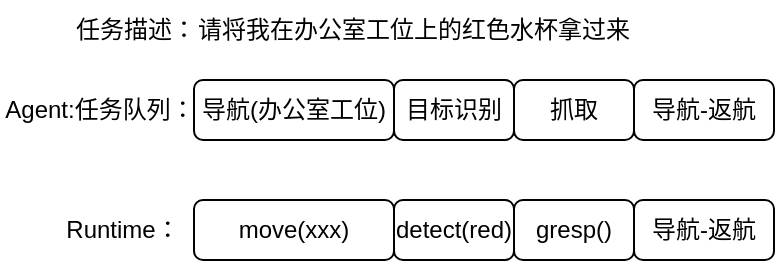
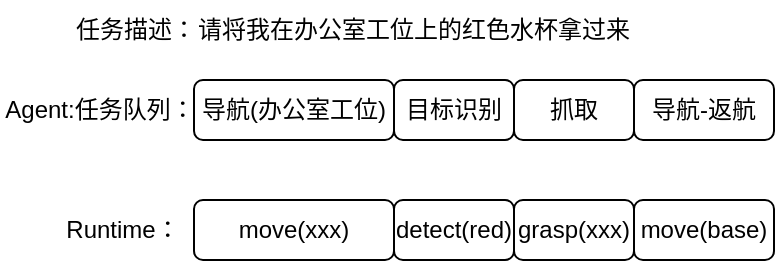
<mxfile host="app.diagrams.net">
  <diagram name="第 1 页" id="AqDmRzZVIJ-5uyctXJOA">
    <mxGraphModel dx="656" dy="360" grid="1" gridSize="10" guides="1" tooltips="1" connect="1" arrows="1" fold="1" page="1" pageScale="1" pageWidth="2339" pageHeight="3300" math="0" shadow="0">
      <root>
        <mxCell id="0" />
        <mxCell id="1" parent="0" />
        <mxCell id="TX6EBbOIm9mCNyf-wsjQ-1" parent="1" style="rounded=1;whiteSpace=wrap;html=1;" value="导航(办公室工位)" vertex="1">
          <mxGeometry height="30" width="100" x="120" y="370" as="geometry" />
        </mxCell>
        <mxCell id="TX6EBbOIm9mCNyf-wsjQ-2" parent="1" style="text;html=1;whiteSpace=wrap;strokeColor=none;fillColor=none;align=center;verticalAlign=middle;rounded=0;" value="Agent:任务队列：" vertex="1">
          <mxGeometry height="30" width="100" x="23" y="370" as="geometry" />
        </mxCell>
        <mxCell id="TX6EBbOIm9mCNyf-wsjQ-3" parent="1" style="text;html=1;whiteSpace=wrap;strokeColor=none;fillColor=none;align=center;verticalAlign=middle;rounded=0;" value="任务描述：" vertex="1">
          <mxGeometry height="30" width="70" x="56" y="330" as="geometry" />
        </mxCell>
        <mxCell id="TX6EBbOIm9mCNyf-wsjQ-4" parent="1" style="text;html=1;whiteSpace=wrap;strokeColor=none;fillColor=none;align=center;verticalAlign=middle;rounded=0;" value="请将我在办公室工位上的红色水杯拿过来" vertex="1">
          <mxGeometry height="30" width="220" x="120" y="330" as="geometry" />
        </mxCell>
        <mxCell id="TX6EBbOIm9mCNyf-wsjQ-5" parent="1" style="rounded=1;whiteSpace=wrap;html=1;" value="目标识别" vertex="1">
          <mxGeometry height="30" width="60" x="220" y="370" as="geometry" />
        </mxCell>
        <mxCell id="TX6EBbOIm9mCNyf-wsjQ-6" parent="1" style="rounded=1;whiteSpace=wrap;html=1;" value="抓取" vertex="1">
          <mxGeometry height="30" width="60" x="280" y="370" as="geometry" />
        </mxCell>
        <mxCell id="TX6EBbOIm9mCNyf-wsjQ-7" parent="1" style="rounded=1;whiteSpace=wrap;html=1;" value="导航-返航" vertex="1">
          <mxGeometry height="30" width="70" x="340" y="370" as="geometry" />
        </mxCell>
        <mxCell id="TX6EBbOIm9mCNyf-wsjQ-8" parent="1" style="text;html=1;whiteSpace=wrap;strokeColor=none;fillColor=none;align=center;verticalAlign=middle;rounded=0;" value="Runtime：" vertex="1">
          <mxGeometry height="30" width="57" x="56" y="430" as="geometry" />
        </mxCell>
        <mxCell id="TX6EBbOIm9mCNyf-wsjQ-11" parent="1" style="rounded=1;whiteSpace=wrap;html=1;" value="move(xxx)" vertex="1">
          <mxGeometry height="30" width="100" x="120" y="430" as="geometry" />
        </mxCell>
        <mxCell id="TX6EBbOIm9mCNyf-wsjQ-12" parent="1" style="rounded=1;whiteSpace=wrap;html=1;" value="detect(red)" vertex="1">
          <mxGeometry height="30" width="60" x="220" y="430" as="geometry" />
        </mxCell>
-         <mxCell id="TX6EBbOIm9mCNyf-wsjQ-13" parent="1" style="rounded=1;whiteSpace=wrap;html=1;" value="gresp()" vertex="1">
+         <mxCell id="TX6EBbOIm9mCNyf-wsjQ-13" parent="1" style="rounded=1;whiteSpace=wrap;html=1;" value="grasp(xxx)" vertex="1">
          <mxGeometry height="30" width="60" x="280" y="430" as="geometry" />
        </mxCell>
-         <mxCell id="TX6EBbOIm9mCNyf-wsjQ-14" parent="1" style="rounded=1;whiteSpace=wrap;html=1;" value="导航-返航" vertex="1">
+         <mxCell id="TX6EBbOIm9mCNyf-wsjQ-14" parent="1" style="rounded=1;whiteSpace=wrap;html=1;" value="move(base)" vertex="1">
          <mxGeometry height="30" width="70" x="340" y="430" as="geometry" />
        </mxCell>
      </root>
    </mxGraphModel>
  </diagram>
</mxfile>
